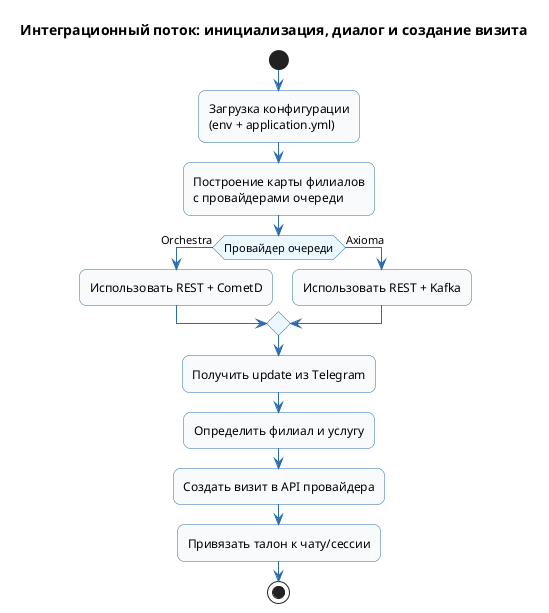
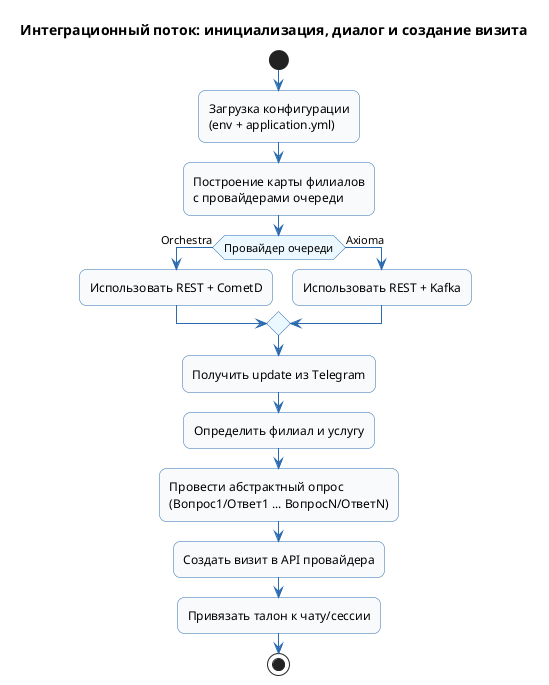
@startuml
title Интеграционный поток: инициализация, диалог и создание визита
skinparam backgroundColor #FFFFFF
skinparam shadowing false
skinparam roundcorner 14
skinparam activity {
  BackgroundColor #F8FAFC
  BorderColor #2B6CB0
  ArrowColor #2B6CB0
  DiamondBackgroundColor #EBF8FF
  DiamondBorderColor #2B6CB0
}

start
:Загрузка конфигурации\n(env + application.yml);
:Построение карты филиалов\nс провайдерами очереди;
if (Провайдер очереди) then (Orchestra)
  :Использовать REST + CometD;
else (Axioma)
  :Использовать REST + Kafka;
endif
:Получить update из Telegram;
:Определить филиал и услугу;
+ :Провести абстрактный опрос
+ (Вопрос1/Ответ1 ... ВопросN/ОтветN);
:Создать визит в API провайдера;
:Привязать талон к чату/сессии;
stop
@enduml
